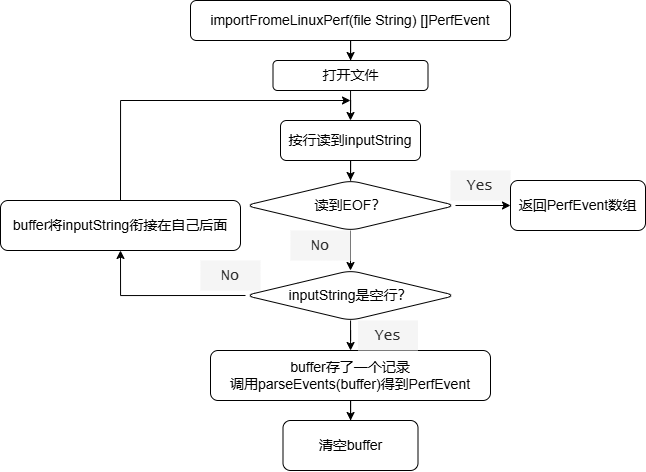
The draw.io diagram importfromperf.drawio.png in Dong-J93/os_pic2024, before a commit. Source tidied: cells renumbered, new cells last; positions are measured from the earlier drawing's top-left corner, leaving out a move shared by most shapes.
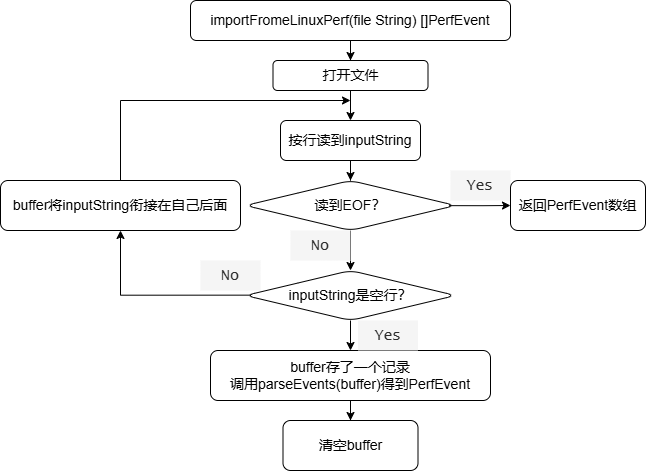
Above is the later version.

Change to the diagram source:
```diff
@@ -35,13 +35,13 @@
     <mxCell id="12" style="edgeStyle=orthogonalEdgeStyle;rounded=0;jettySize=auto;html=1;" parent="1" edge="1" source="14" target="8">
       <mxGeometry relative="1" as="geometry" />
     </mxCell>
-    <mxCell id="13" style="edgeStyle=orthogonalEdgeStyle;rounded=0;jettySize=auto;html=1;exitX=0;exitY=0.5;exitDx=0;exitDy=0;entryX=0.5;entryY=1;entryDx=0;entryDy=0;" parent="1" edge="1" source="14" target="23">
+    <mxCell id="13" style="edgeStyle=orthogonalEdgeStyle;rounded=0;jettySize=auto;html=1;exitX=0.025;exitY=0.493;exitDx=0;exitDy=0;entryX=0.5;entryY=1;entryDx=0;entryDy=0;exitPerimeter=0;" parent="1" edge="1" source="14" target="23">
       <mxGeometry relative="1" as="geometry" />
     </mxCell>
     <mxCell id="14" value="&lt;font style=&quot;font-size: 14px;&quot;&gt;inputString是空行？&lt;/font&gt;" style="rhombus;whiteSpace=wrap;html=1;fillColor=none;rounded=1;" parent="1" vertex="1">
       <mxGeometry x="245" y="270" width="210" height="50" as="geometry" />
     </mxCell>
-    <mxCell id="15" style="edgeStyle=orthogonalEdgeStyle;rounded=0;jettySize=auto;html=1;" parent="1" edge="1" source="16" target="21">
+    <mxCell id="15" style="edgeStyle=orthogonalEdgeStyle;rounded=0;jettySize=auto;html=1;exitX=0.97;exitY=0.503;exitDx=0;exitDy=0;exitPerimeter=0;" parent="1" edge="1" source="16" target="21">
       <mxGeometry relative="1" as="geometry" />
     </mxCell>
     <mxCell id="16" value="&lt;font style=&quot;font-size: 14px;&quot;&gt;读到EOF？&lt;/font&gt;" style="rhombus;whiteSpace=wrap;html=1;fillColor=none;rounded=1;" parent="1" vertex="1">
@@ -71,7 +71,7 @@
       </mxGeometry>
     </mxCell>
     <mxCell id="23" value="&lt;pre&gt;&lt;font style=&quot;font-size: 14px;&quot; face=&quot;Helvetica&quot;&gt;buffer将inputString衔接在自己后面&lt;/font&gt;&lt;/pre&gt;" style="rounded=1;whiteSpace=wrap;html=1;fillColor=none;" parent="1" vertex="1">
-      <mxGeometry y="200" width="240" height="50" as="geometry" />
+      <mxGeometry y="180" width="240" height="50" as="geometry" />
     </mxCell>
   </root>
 </mxGraphModel>
```
